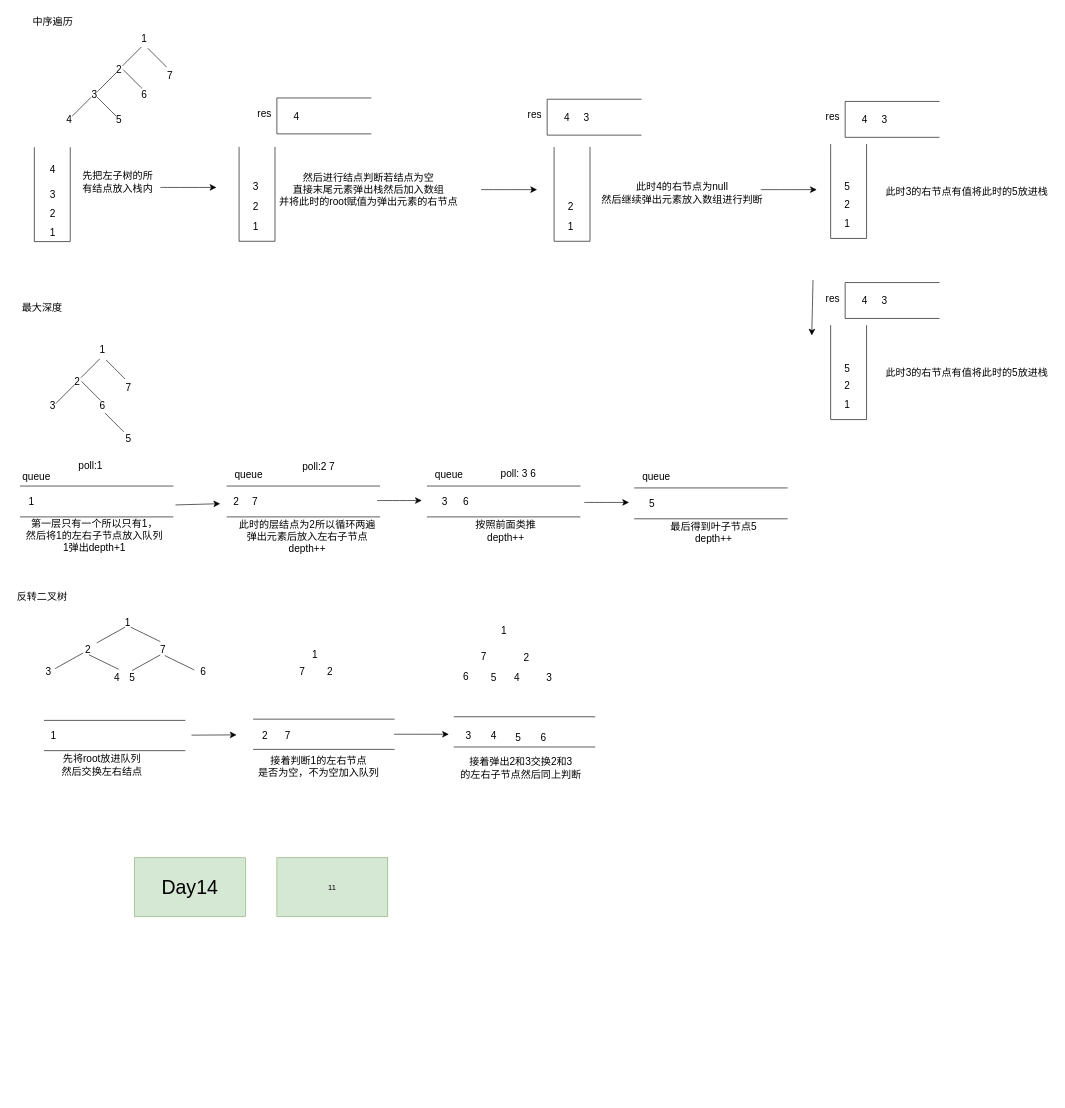
mianbaosao/drawio keeps this draw.io diagram as leetcode/leetcode.drawio. Above is the earlier version. Source tidied: cells renumbered, new cells numbered last; positions are measured from the earlier drawing's top-left corner, leaving out a move shared by most shapes. Both pictures are drawn from the tidied source at 63%, with x=0, y=0 at pixel (10, 11).
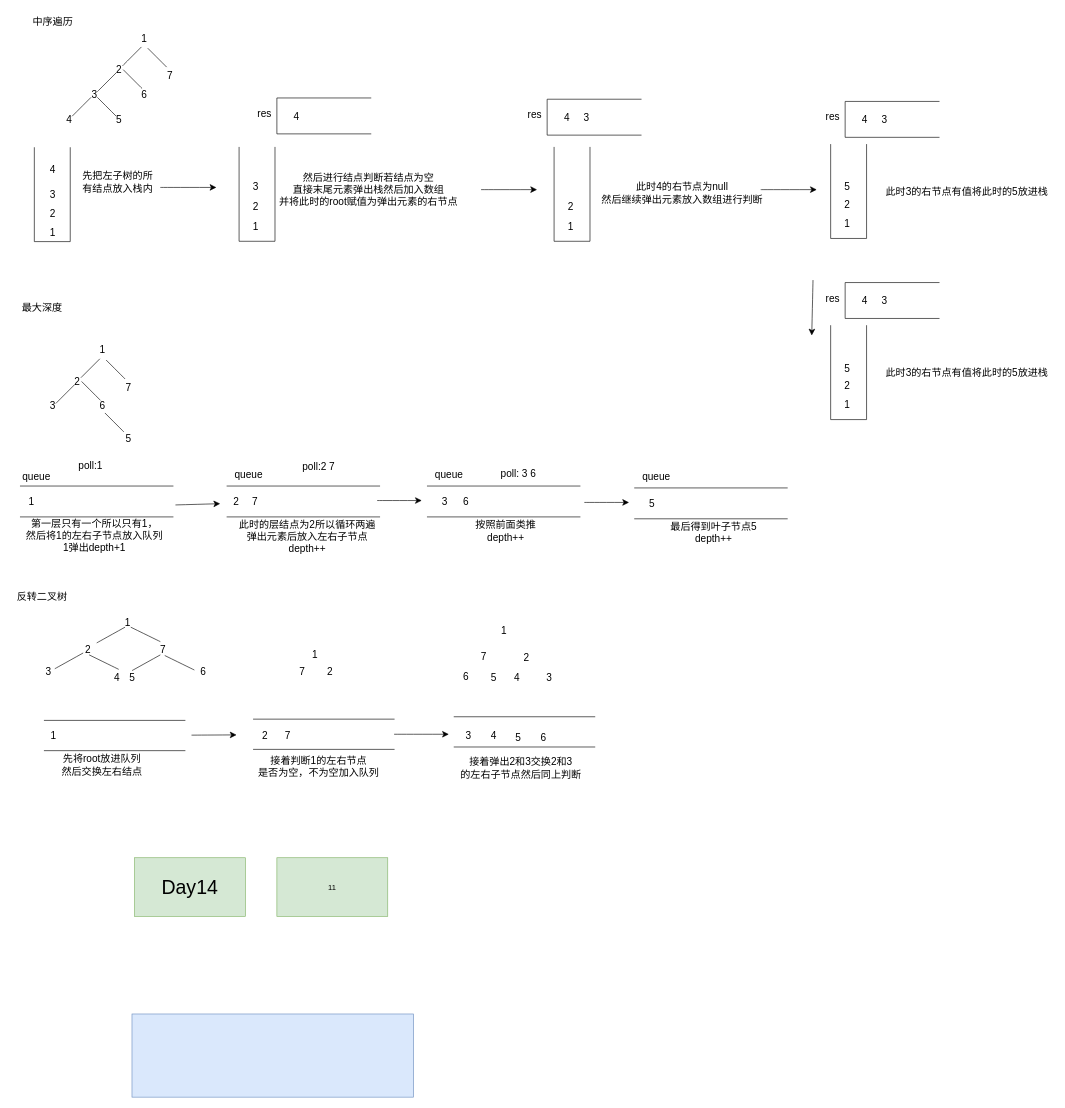
After the change.

The edit, as a diff of the source:
```diff
@@
+    <mxCell id="137" style="rounded=0;whiteSpace=wrap;html=1;fillColor=#dae8fc;strokeColor=#6c8ebf;" parent="1" vertex="1">
+      <mxGeometry x="193" y="1592" width="447" height="132" as="geometry" />
+    </mxCell>
```
